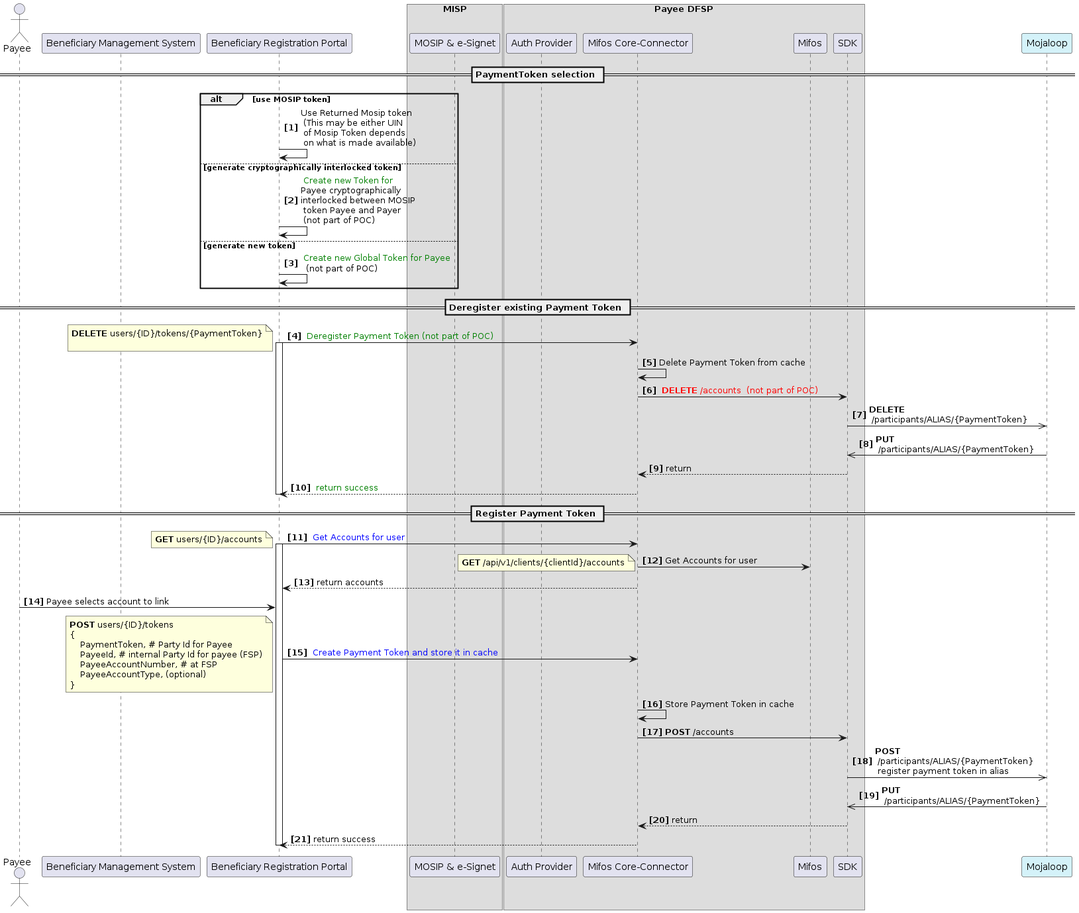
Before: Docs/G2PTokenRegistrationRedirect-3-TokenRegistration.png, a diagram exported from PlantUML (mojaloop/ml-mosip-integration).
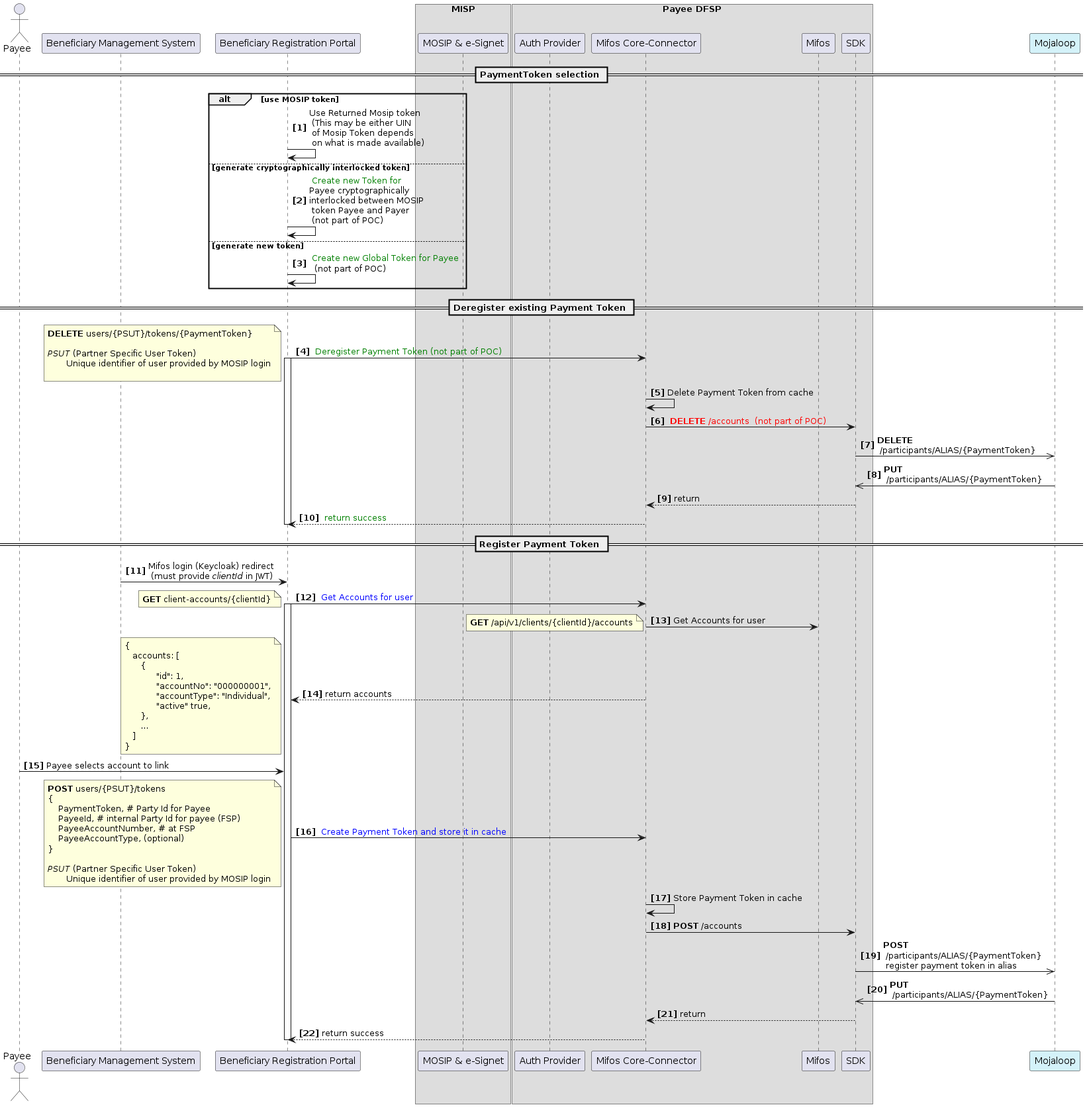
The same diagram one commit later.

Commit message:
feat(iprod-329): correct diagrams and updated README

What changed in the source:
```diff
@@ -31,7 +31,10 @@
 == Deregister existing Payment Token ==
 BRP->CC: <color:Green> Deregister Payment Token (not part of POC)
 note left
-**DELETE** users/{ID}/tokens/{PaymentToken}
+**DELETE** users/{PSUT}/tokens/{PaymentToken}
+
+<i>PSUT</i> (Partner Specific User Token)
+       Unique identifier of user provided by MOSIP login
 
 end note
 activate BRP
@@ -47,9 +50,11 @@
 
 
 == Register Payment Token ==
+
+BMS -> BRP: Mifos login (Keycloak) redirect \n (must provide <i>clientId</i> in JWT)
 BRP->CC: <color:Blue> Get Accounts for user
 note left
-**GET** users/{ID}/accounts
+**GET** client-accounts/{clientId}
 end note
 
 activate BRP
@@ -58,18 +63,34 @@
 **GET** /api/v1/clients/{clientId}/accounts
 end note
 CC-->BRP: return accounts
+note bottom
+{
+   accounts: [
+      {
+            "id": 1,
+            "accountNo": "000000001",
+            "accountType": "Individual",
+            "active" true,
+      },
+      ...
+   ]
+}
+end note
 
 
 Payee->BRP: Payee selects account to link
 BRP->CC: <color:Blue> Create Payment Token and store it in cache
 note left
-**POST** users/{ID}/tokens
+**POST** users/{PSUT}/tokens
 {
     PaymentToken, # Party Id for Payee
     PayeeId, # internal Party Id for payee (FSP)
     PayeeAccountNumber, # at FSP
     PayeeAccountType, (optional)
 }
+
+<i>PSUT</i> (Partner Specific User Token)
+       Unique identifier of user provided by MOSIP login
 end note
 
 CC->CC: Store Payment Token in cache
```
